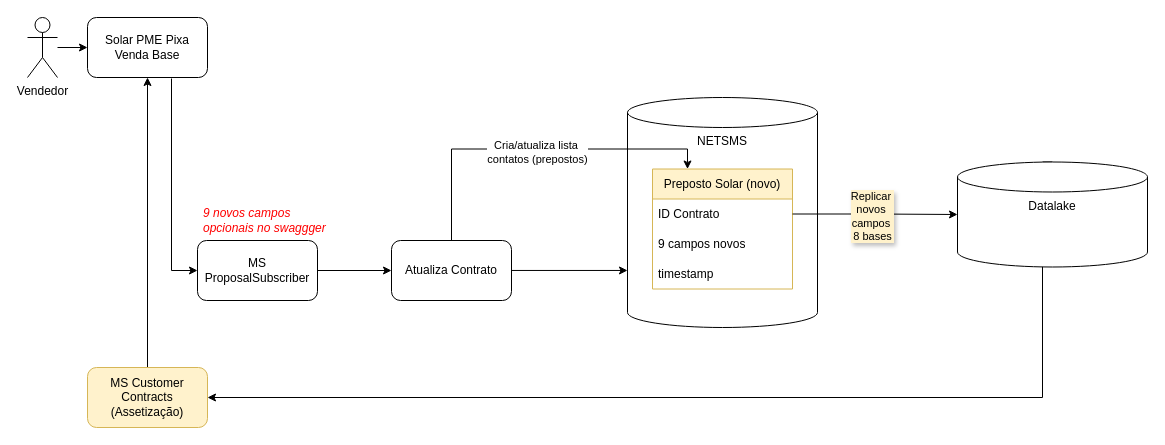
The draw.io diagram page "Cenário 1" (1 of 2) of Solar PME - Dados de contatos cliente PJ.drawio in samirali/ClaroBrasil, before the edit. Source tidied: cells renumbered, new cells numbered last; positions are measured from the earlier drawing's top-left corner, leaving out a move shared by most shapes. Both pictures are drawn from the tidied source at 100%, with x=0, y=0 at pixel (27, 17).
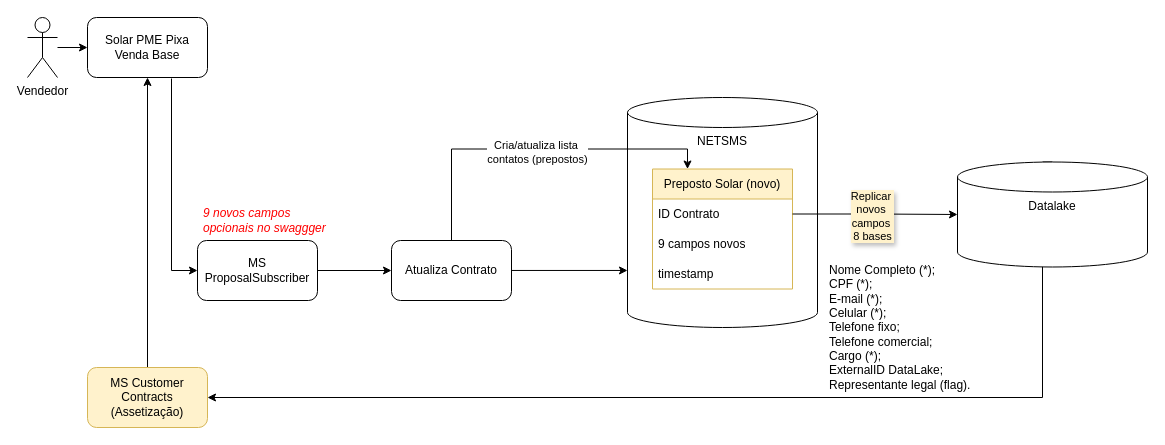
Above is the later version.

The edit, as a diff of the source:
```diff
@@
+    <mxCell id="24" value="Nome Completo (*); &#10;CPF (*); &#10;E-mail (*); &#10;Celular (*); &#10;Telefone fixo; &#10;Telefone comercial; &#10;Cargo (*); &#10;ExternalID DataLake; &#10;Representante legal (flag). " style="text;strokeColor=none;fillColor=none;align=left;verticalAlign=middle;spacingLeft=0;spacingRight=4;overflow=hidden;whiteSpace=wrap;labelBorderColor=none;fontColor=default;" parent="1" vertex="1">
+      <mxGeometry x="800" y="240" width="190" height="140" as="geometry" />
+    </mxCell>
```
